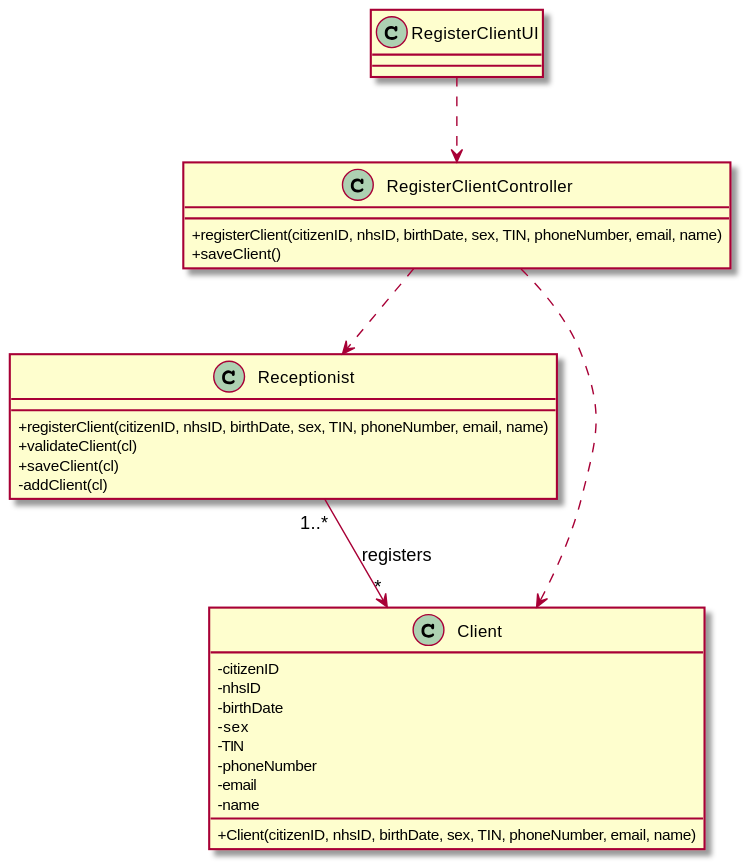
Above: docs/SprintB/US03/US03-CD.svg in 0franciscor/lei-21-s2-1de-g19 (PlantUML), before the change.
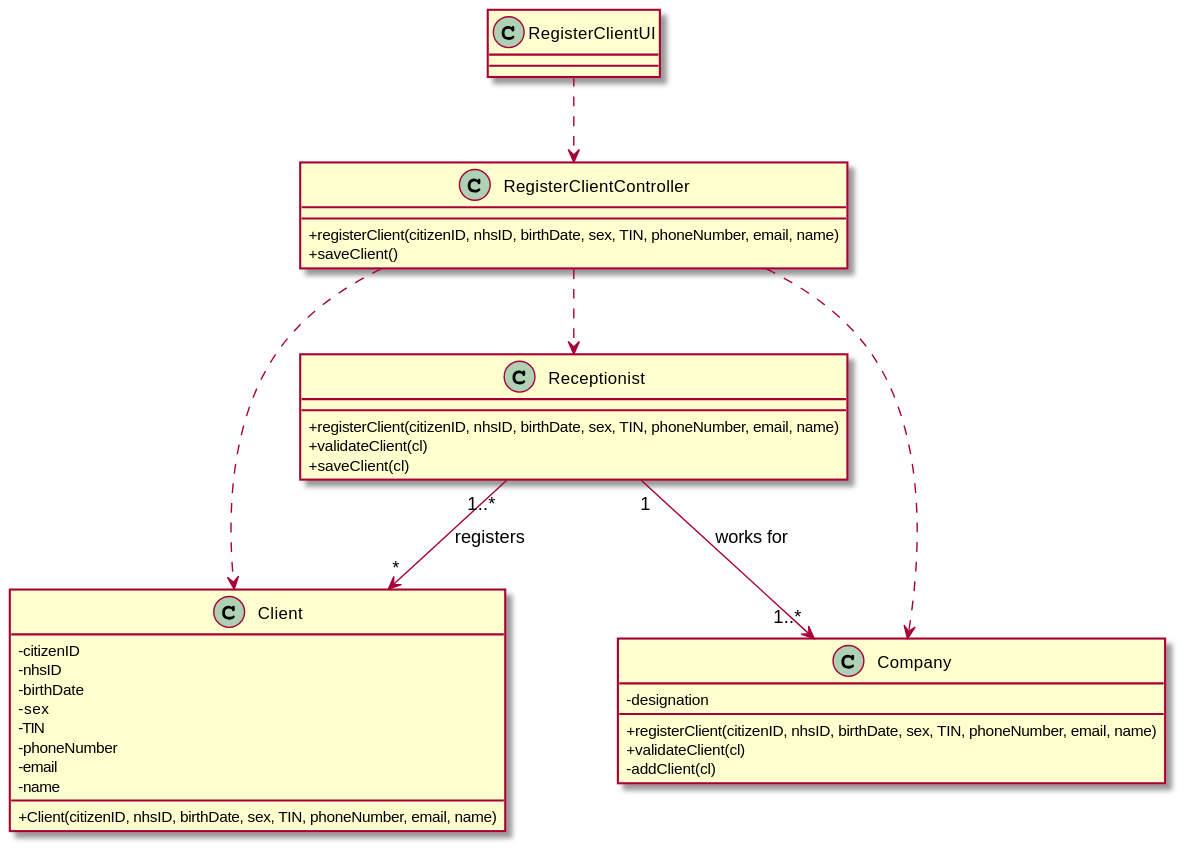
Later version of the same file.

Commit message:
Pequena alteração do ponto 3.2 e alteração do ponto 3.3 da US3

The edit, as a diff of the source:
```diff
@@ -5,7 +5,6 @@
 +registerClient(citizenID, nhsID, birthDate, sex, TIN, phoneNumber, email, name)
 +validateClient(cl)
 +saveClient(cl)
--addClient(cl)
 }
 class "Client" as cl {
 -citizenID
@@ -23,11 +22,18 @@
 +saveClient()
 }
 
+class "Company" as C {
+-designation
++registerClient(citizenID, nhsID, birthDate, sex, TIN, phoneNumber, email, name)
++validateClient(cl)
+-addClient(cl)
+}
 
 class "RegisterClientUI" as RCUI
-class "Client" as cl
-class "RegisterClientController" as RCC
+
+R "1" --> "1..*" C : works for
 RCUI ..> RCC
+RCC ..> C
 RCC ..> cl
 RCC ..> R
 R "1..*" --> "*" cl : registers
```
